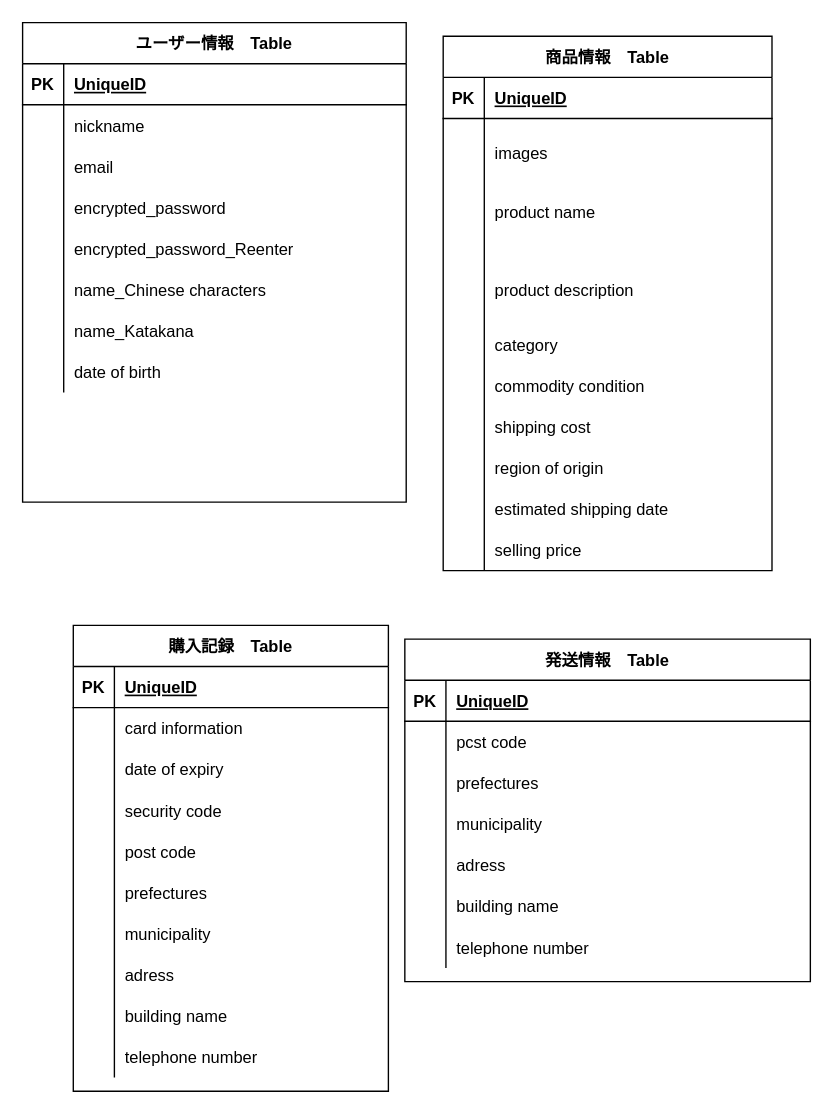
Above: app/views/furima.dio in mwyaa7/furima-39056 (draw.io), before the change. Source tidied: cells renumbered, new cells numbered last; positions are measured from the earlier drawing's top-left corner, leaving out a move shared by most shapes. Both pictures are drawn from the tidied source at 137%, with x=0, y=0 at pixel (22, 22).
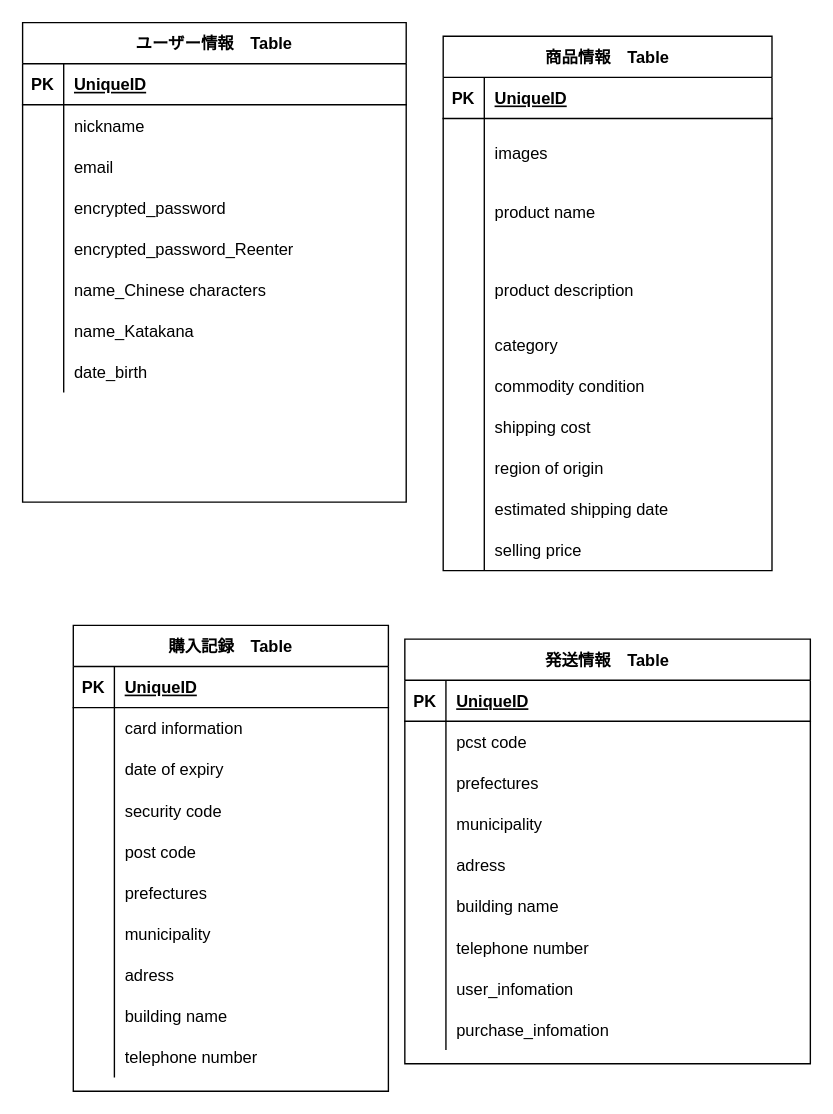
The same page after the edit.

Unchanged cells that the change refers to:
```xml
<mxCell id="24" style="shape=tableRow;horizontal=0;startSize=0;swimlaneHead=0;swimlaneBody=0;fillColor=none;top=0;left=0;right=0;bottom=0;" parent="2" vertex="1">
  <mxGeometry y="240" width="280" height="30" as="geometry" />
</mxCell>
```

The edit, as a diff of the source:
```diff
@@
-    <mxCell id="26" value="date of birth" style="shape=partialRectangle;fillColor=none;top=0;left=0;bottom=0;right=0;align=left;spacingLeft=6;overflow=hidden;" parent="24" vertex="1">
+    <mxCell id="26" value="date_birth" style="shape=partialRectangle;fillColor=none;top=0;left=0;bottom=0;right=0;align=left;spacingLeft=6;overflow=hidden;" parent="24" vertex="1">
       <mxGeometry x="30" width="250" height="30" as="geometry" />
     </mxCell>
@@
     <mxCell id="89" value="発送情報　Table" style="shape=table;startSize=30;childLayout=tableLayout;rowLines=0;fontStyle=1;align=center;" parent="1" vertex="1">
-      <mxGeometry x="279" y="450" width="296" height="250" as="geometry" />
+      <mxGeometry x="279" y="450" width="296" height="310" as="geometry" />
     </mxCell>
@@
+    <mxCell id="111" style="shape=tableRow;horizontal=0;startSize=0;swimlaneHead=0;swimlaneBody=0;fillColor=none;top=0;left=0;right=0;bottom=0;" parent="89" vertex="1">
+      <mxGeometry y="240" width="296" height="30" as="geometry" />
+    </mxCell>
+    <mxCell id="112" style="shape=partialRectangle;fillColor=none;top=0;left=0;bottom=0;right=0;overflow=hidden;" parent="111" vertex="1">
+      <mxGeometry width="30" height="30" as="geometry" />
+    </mxCell>
+    <mxCell id="113" value="user_infomation" style="shape=partialRectangle;fillColor=none;top=0;left=0;bottom=0;right=0;align=left;spacingLeft=6;overflow=hidden;" parent="111" vertex="1">
+      <mxGeometry x="30" width="266" height="30" as="geometry" />
+    </mxCell>
+    <mxCell id="114" style="shape=tableRow;horizontal=0;startSize=0;swimlaneHead=0;swimlaneBody=0;fillColor=none;top=0;left=0;right=0;bottom=0;" parent="89" vertex="1">
+      <mxGeometry y="270" width="296" height="30" as="geometry" />
+    </mxCell>
+    <mxCell id="115" style="shape=partialRectangle;fillColor=none;top=0;left=0;bottom=0;right=0;overflow=hidden;" parent="114" vertex="1">
+      <mxGeometry width="30" height="30" as="geometry" />
+    </mxCell>
+    <mxCell id="116" value="purchase_infomation　" style="shape=partialRectangle;fillColor=none;top=0;left=0;bottom=0;right=0;align=left;spacingLeft=6;overflow=hidden;" parent="114" vertex="1">
+      <mxGeometry x="30" width="266" height="30" as="geometry" />
+    </mxCell>
```
